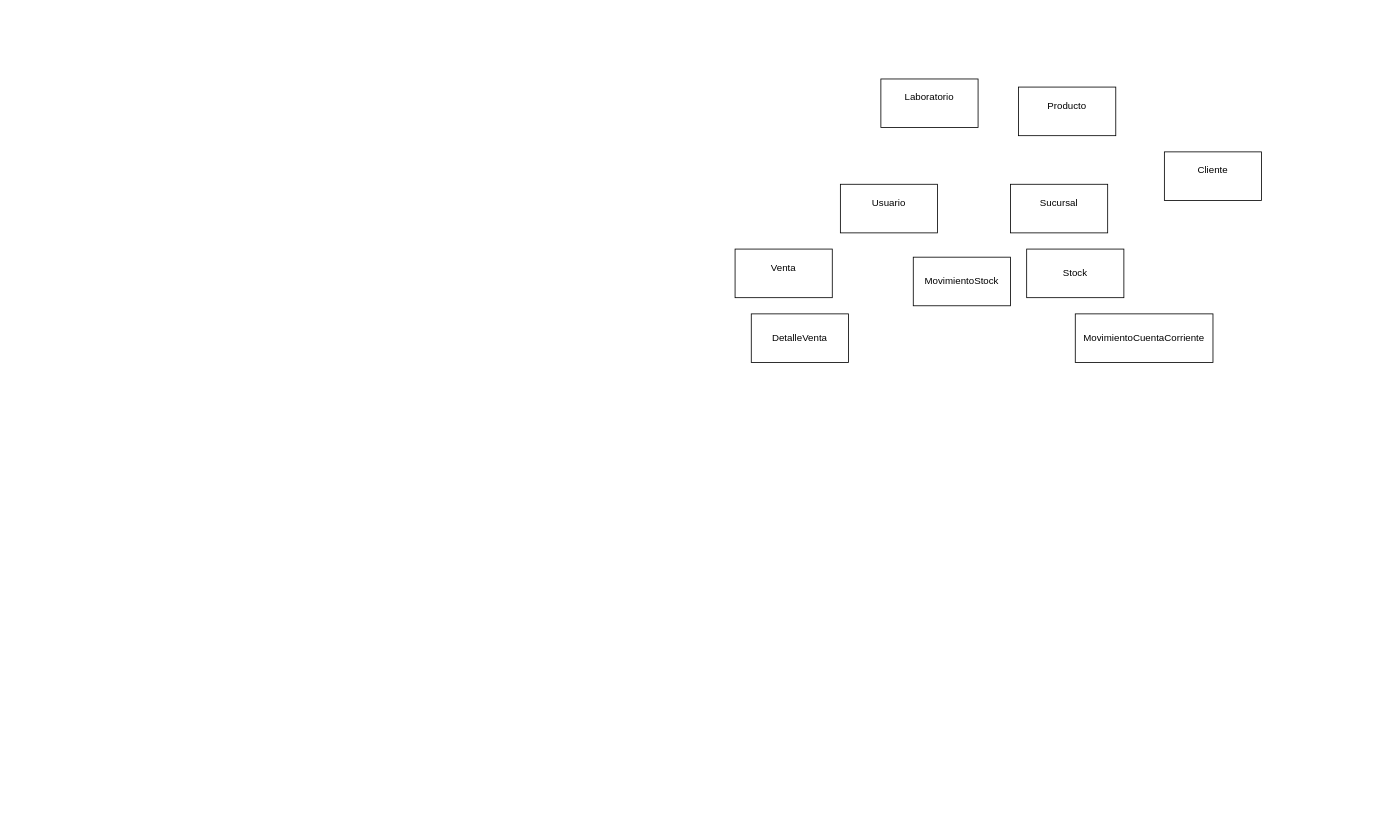
Earlier version of the draw.io diagram EntidadRelBD.drawio (chinoBasoalto/BD). Source tidied: cells renumbered, new cells numbered last; positions are measured from the earlier drawing's top-left corner, leaving out a move shared by most shapes. Both pictures are drawn from the tidied source at 81%, with x=0, y=0 at pixel (735, 79).
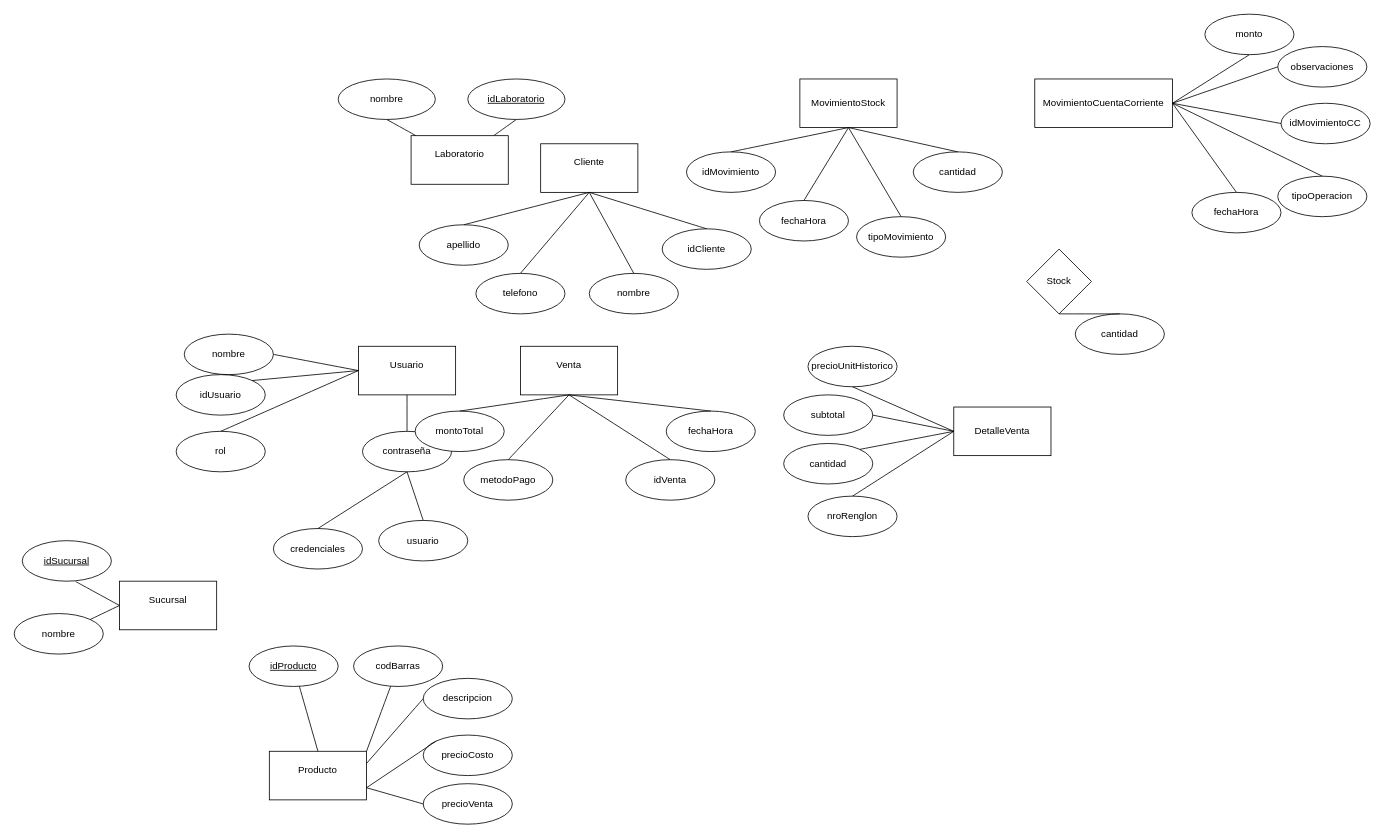
The same diagram, later.

What changed in the source:
```diff
@@
+    <mxCell id="12" style="group;" parent="1" vertex="1">
+      <mxGeometry x="-690" y="315" width="360" height="290" as="geometry" />
+    </mxCell>
+    <mxCell id="7" value="&#10;Usuario&#10;&#10;" style="rounded=0;whiteSpace=wrap;html=1;" parent="12" vertex="1">
+      <mxGeometry x="225" y="15" width="120" height="60" as="geometry" />
+    </mxCell>
+    <mxCell id="13" value="credenciales" style="ellipse;whiteSpace=wrap;html=1;" parent="12" vertex="1">
+      <mxGeometry x="120" y="240" width="110" height="50" as="geometry" />
+    </mxCell>
+    <mxCell id="14" value="rol" style="ellipse;whiteSpace=wrap;html=1;" parent="12" vertex="1">
+      <mxGeometry y="120" width="110" height="50" as="geometry" />
+    </mxCell>
+    <mxCell id="15" value="nombre" style="ellipse;whiteSpace=wrap;html=1;" parent="12" vertex="1">
+      <mxGeometry x="10" width="110" height="50" as="geometry" />
+    </mxCell>
+    <mxCell id="16" value="idUsuario" style="ellipse;whiteSpace=wrap;html=1;" parent="12" vertex="1">
+      <mxGeometry y="50" width="110" height="50" as="geometry" />
+    </mxCell>
+    <mxCell id="17" value="contraseña" style="ellipse;whiteSpace=wrap;html=1;" parent="12" vertex="1">
+      <mxGeometry x="230" y="120" width="110" height="50" as="geometry" />
+    </mxCell>
+    <mxCell id="18" value="usuario" style="ellipse;whiteSpace=wrap;html=1;" parent="12" vertex="1">
+      <mxGeometry x="250" y="230" width="110" height="50" as="geometry" />
+    </mxCell>
+    <mxCell id="19" style="endArrow=none;html=1;rounded=0;fontSize=12;startSize=8;endSize=8;curved=1;entryX=1;entryY=0;entryDx=0;entryDy=0;exitX=0;exitY=0.5;exitDx=0;exitDy=0;" parent="12" edge="1" source="7" target="16">
+      <mxGeometry relative="1" as="geometry" />
+    </mxCell>
+    <mxCell id="20" style="endArrow=none;html=1;rounded=0;fontSize=12;startSize=8;endSize=8;curved=1;entryX=0.5;entryY=1;entryDx=0;entryDy=0;exitX=0.5;exitY=0;exitDx=0;exitDy=0;" parent="12" edge="1" source="17" target="7">
+      <mxGeometry relative="1" as="geometry" />
+    </mxCell>
+    <mxCell id="21" style="endArrow=none;html=1;rounded=0;fontSize=12;startSize=8;endSize=8;curved=1;entryX=0;entryY=0.5;entryDx=0;entryDy=0;exitX=1;exitY=0.5;exitDx=0;exitDy=0;" parent="12" edge="1" source="15" target="7">
+      <mxGeometry relative="1" as="geometry" />
+    </mxCell>
+    <mxCell id="22" style="endArrow=none;html=1;rounded=0;fontSize=12;startSize=8;endSize=8;curved=1;exitX=0.5;exitY=0;exitDx=0;exitDy=0;entryX=0;entryY=0.5;entryDx=0;entryDy=0;" parent="12" edge="1" source="14" target="7">
+      <mxGeometry relative="1" as="geometry" />
+    </mxCell>
+    <mxCell id="23" style="endArrow=none;html=1;rounded=0;fontSize=12;startSize=8;endSize=8;curved=1;entryX=0.5;entryY=1;entryDx=0;entryDy=0;exitX=0.5;exitY=0;exitDx=0;exitDy=0;" parent="12" edge="1" source="18" target="17">
+      <mxGeometry relative="1" as="geometry" />
+    </mxCell>
+    <mxCell id="24" style="endArrow=none;html=1;rounded=0;fontSize=12;startSize=8;endSize=8;curved=1;entryX=0.5;entryY=1;entryDx=0;entryDy=0;exitX=0.5;exitY=0;exitDx=0;exitDy=0;" parent="12" edge="1" source="13" target="17">
+      <mxGeometry relative="1" as="geometry" />
+    </mxCell>
+    <mxCell id="25" style="group;" parent="1" vertex="1">
+      <mxGeometry x="-890" y="570" width="250" height="140" as="geometry" />
+    </mxCell>
+    <mxCell id="4" value="&#10;Sucursal&#10;&#10;" style="rounded=0;whiteSpace=wrap;html=1;" parent="25" vertex="1">
+      <mxGeometry x="130" y="50" width="120" height="60" as="geometry" />
+    </mxCell>
+    <mxCell id="26" value="nombre" style="ellipse;whiteSpace=wrap;html=1;" parent="25" vertex="1">
+      <mxGeometry y="90" width="110" height="50" as="geometry" />
+    </mxCell>
+    <mxCell id="27" value="idSucursal" style="ellipse;whiteSpace=wrap;html=1;fontStyle=4;" parent="25" vertex="1">
+      <mxGeometry x="10" width="110" height="50" as="geometry" />
+    </mxCell>
+    <mxCell id="28" style="endArrow=none;html=1;rounded=0;fontSize=12;startSize=8;endSize=8;curved=1;entryX=0;entryY=0.5;entryDx=0;entryDy=0;exitX=1;exitY=0;exitDx=0;exitDy=0;" parent="25" edge="1" source="26" target="4">
+      <mxGeometry relative="1" as="geometry" />
+    </mxCell>
+    <mxCell id="29" style="endArrow=none;html=1;rounded=0;fontSize=12;startSize=8;endSize=8;curved=1;entryX=0;entryY=0.5;entryDx=0;entryDy=0;exitX=0.599;exitY=1.009;exitDx=0;exitDy=0;exitPerimeter=0;" parent="25" edge="1" source="27" target="4">
+      <mxGeometry relative="1" as="geometry" />
+    </mxCell>
+    <mxCell id="30" style="group;" parent="1" vertex="1">
+      <mxGeometry x="-490" width="280" height="130" as="geometry" />
+    </mxCell>
+    <mxCell id="31" style="edgeStyle=none;curved=1;rounded=0;jettySize=auto;html=1;entryX=0.5;entryY=1;entryDx=0;entryDy=0;fontSize=12;startSize=8;endSize=8;endArrow=none;endFill=0;" parent="30" edge="1" source="2" target="32">
+      <mxGeometry relative="1" as="geometry" />
+    </mxCell>
-    <mxCell id="2" value="&#10;Laboratorio&#10;&#10;" style="rounded=0;whiteSpace=wrap;html=1;" parent="1" vertex="1">
-      <mxGeometry x="180" width="120" height="60" as="geometry" />
+    <mxCell id="2" value="&#10;Laboratorio&#10;&#10;" style="rounded=0;whiteSpace=wrap;html=1;" parent="30" vertex="1">
+      <mxGeometry x="90" y="70" width="120" height="60" as="geometry" />
     </mxCell>
+    <mxCell id="32" value="idLaboratorio" style="ellipse;whiteSpace=wrap;html=1;fontStyle=4;" parent="30" vertex="1">
+      <mxGeometry x="160" width="120" height="50" as="geometry" />
+    </mxCell>
+    <mxCell id="33" value="nombre" style="ellipse;whiteSpace=wrap;html=1;" parent="30" vertex="1">
+      <mxGeometry width="120" height="50" as="geometry" />
+    </mxCell>
+    <mxCell id="34" style="edgeStyle=none;curved=1;rounded=0;jettySize=auto;html=1;fontSize=12;startSize=8;endSize=8;endArrow=none;endFill=0;entryX=0.5;entryY=1;entryDx=0;entryDy=0;" parent="30" edge="1" source="2" target="33">
+      <mxGeometry relative="1" as="geometry" />
+    </mxCell>
+    <mxCell id="35" style="group;" parent="1" vertex="1">
+      <mxGeometry x="-600" y="700" width="325" height="220" as="geometry" />
+    </mxCell>
-    <mxCell id="3" value="&#10;Producto&#10;&#10;" style="rounded=0;whiteSpace=wrap;html=1;" parent="1" vertex="1">
-      <mxGeometry x="350" y="10" width="120" height="60" as="geometry" />
+    <mxCell id="3" value="&#10;Producto&#10;&#10;" style="rounded=0;whiteSpace=wrap;html=1;" parent="35" vertex="1">
+      <mxGeometry x="25" y="130" width="120" height="60" as="geometry" />
     </mxCell>
-    <mxCell id="4" value="&#10;Sucursal&#10;&#10;" style="rounded=0;whiteSpace=wrap;html=1;" parent="1" vertex="1">
-      <mxGeometry x="340" y="130" width="120" height="60" as="geometry" />
-    </mxCell>
+    <mxCell id="36" value="precioVenta" style="ellipse;whiteSpace=wrap;html=1;" parent="35" vertex="1">
+      <mxGeometry x="215" y="170" width="110" height="50" as="geometry" />
+    </mxCell>
+    <mxCell id="37" value="precioCosto" style="ellipse;whiteSpace=wrap;html=1;" parent="35" vertex="1">
+      <mxGeometry x="215" y="110" width="110" height="50" as="geometry" />
+    </mxCell>
+    <mxCell id="38" value="descripcion" style="ellipse;whiteSpace=wrap;html=1;" parent="35" vertex="1">
+      <mxGeometry x="215" y="40" width="110" height="50" as="geometry" />
+    </mxCell>
+    <mxCell id="39" value="codBarras" style="ellipse;whiteSpace=wrap;html=1;" parent="35" vertex="1">
+      <mxGeometry x="129" width="110" height="50" as="geometry" />
+    </mxCell>
+    <mxCell id="40" value="idProducto" style="ellipse;whiteSpace=wrap;html=1;fontStyle=4;" parent="35" vertex="1">
+      <mxGeometry width="110" height="50" as="geometry" />
+    </mxCell>
+    <mxCell id="41" style="endArrow=none;html=1;rounded=0;fontSize=12;startSize=8;endSize=8;curved=1;entryX=0.5;entryY=0;entryDx=0;entryDy=0;" parent="35" edge="1" source="40" target="3">
+      <mxGeometry relative="1" as="geometry" />
+    </mxCell>
+    <mxCell id="42" style="endArrow=none;html=1;rounded=0;fontSize=12;startSize=8;endSize=8;curved=1;entryX=1;entryY=0;entryDx=0;entryDy=0;" parent="35" edge="1" source="39" target="3">
+      <mxGeometry relative="1" as="geometry" />
+    </mxCell>
+    <mxCell id="43" style="endArrow=none;html=1;rounded=0;fontSize=12;startSize=8;endSize=8;curved=1;entryX=1;entryY=0.25;entryDx=0;entryDy=0;exitX=0;exitY=0.5;exitDx=0;exitDy=0;" parent="35" edge="1" source="38" target="3">
+      <mxGeometry relative="1" as="geometry" />
+    </mxCell>
+    <mxCell id="44" style="endArrow=none;html=1;rounded=0;fontSize=12;startSize=8;endSize=8;curved=1;entryX=1;entryY=0.75;entryDx=0;entryDy=0;exitX=0;exitY=0;exitDx=0;exitDy=0;" parent="35" edge="1" source="37" target="3">
+      <mxGeometry relative="1" as="geometry" />
+    </mxCell>
+    <mxCell id="45" style="endArrow=none;html=1;rounded=0;fontSize=12;startSize=8;endSize=8;curved=1;entryX=1;entryY=0.75;entryDx=0;entryDy=0;exitX=0;exitY=0.5;exitDx=0;exitDy=0;" parent="35" edge="1" source="36" target="3">
+      <mxGeometry relative="1" as="geometry" />
+    </mxCell>
+    <mxCell id="46" style="group;" parent="1" vertex="1">
+      <mxGeometry x="-390" y="80" width="410" height="210" as="geometry" />
+    </mxCell>
+    <mxCell id="6" value="&#10;Cliente&#10;&#10;" style="rounded=0;whiteSpace=wrap;html=1;" parent="46" vertex="1">
+      <mxGeometry x="150" width="120" height="60" as="geometry" />
+    </mxCell>
+    <mxCell id="47" value="telefono" style="ellipse;whiteSpace=wrap;html=1;" parent="46" vertex="1">
+      <mxGeometry x="70" y="160" width="110" height="50" as="geometry" />
+    </mxCell>
+    <mxCell id="48" value="apellido" style="ellipse;whiteSpace=wrap;html=1;" parent="46" vertex="1">
+      <mxGeometry y="100" width="110" height="50" as="geometry" />
+    </mxCell>
+    <mxCell id="49" value="nombre" style="ellipse;whiteSpace=wrap;html=1;" parent="46" vertex="1">
+      <mxGeometry x="210" y="160" width="110" height="50" as="geometry" />
+    </mxCell>
+    <mxCell id="50" value="idCliente" style="ellipse;whiteSpace=wrap;html=1;" parent="46" vertex="1">
+      <mxGeometry x="300" y="105" width="110" height="50" as="geometry" />
+    </mxCell>
+    <mxCell id="51" style="endArrow=none;html=1;rounded=0;fontSize=12;startSize=8;endSize=8;curved=1;entryX=0.5;entryY=1;entryDx=0;entryDy=0;exitX=0.5;exitY=0;exitDx=0;exitDy=0;" parent="46" edge="1" source="48" target="6">
+      <mxGeometry relative="1" as="geometry" />
+    </mxCell>
+    <mxCell id="52" style="endArrow=none;html=1;rounded=0;fontSize=12;startSize=8;endSize=8;curved=1;entryX=0.5;entryY=1;entryDx=0;entryDy=0;exitX=0.5;exitY=0;exitDx=0;exitDy=0;" parent="46" edge="1" source="50" target="6">
+      <mxGeometry relative="1" as="geometry" />
+    </mxCell>
+    <mxCell id="53" style="endArrow=none;html=1;rounded=0;fontSize=12;startSize=8;endSize=8;curved=1;entryX=0.5;entryY=1;entryDx=0;entryDy=0;exitX=0.5;exitY=0;exitDx=0;exitDy=0;" parent="46" edge="1" source="49" target="6">
+      <mxGeometry relative="1" as="geometry" />
+    </mxCell>
+    <mxCell id="54" style="endArrow=none;html=1;rounded=0;fontSize=12;startSize=8;endSize=8;curved=1;entryX=0.5;entryY=0;entryDx=0;entryDy=0;exitX=0.5;exitY=1;exitDx=0;exitDy=0;" parent="46" edge="1" source="6" target="47">
+      <mxGeometry relative="1" as="geometry" />
+    </mxCell>
+    <mxCell id="55" style="group;" parent="1" vertex="1">
+      <mxGeometry x="-60" width="390" height="220" as="geometry" />
+    </mxCell>
+    <mxCell id="10" value="MovimientoStock" style="rounded=0;whiteSpace=wrap;html=1;" parent="55" vertex="1">
+      <mxGeometry x="140" width="120" height="60" as="geometry" />
+    </mxCell>
+    <mxCell id="56" value="cantidad" style="ellipse;whiteSpace=wrap;html=1;" parent="55" vertex="1">
+      <mxGeometry x="280" y="90" width="110" height="50" as="geometry" />
+    </mxCell>
+    <mxCell id="57" value="tipoMovimiento" style="ellipse;whiteSpace=wrap;html=1;" parent="55" vertex="1">
+      <mxGeometry x="210" y="170" width="110" height="50" as="geometry" />
+    </mxCell>
+    <mxCell id="58" value="fechaHora" style="ellipse;whiteSpace=wrap;html=1;" parent="55" vertex="1">
+      <mxGeometry x="90" y="150" width="110" height="50" as="geometry" />
+    </mxCell>
+    <mxCell id="59" value="idMovimiento" style="ellipse;whiteSpace=wrap;html=1;" parent="55" vertex="1">
+      <mxGeometry y="90" width="110" height="50" as="geometry" />
+    </mxCell>
+    <mxCell id="60" style="endArrow=none;html=1;rounded=0;fontSize=12;startSize=8;endSize=8;curved=1;entryX=0.5;entryY=1;entryDx=0;entryDy=0;exitX=0.5;exitY=0;exitDx=0;exitDy=0;" parent="55" edge="1" source="56" target="10">
+      <mxGeometry relative="1" as="geometry" />
+    </mxCell>
+    <mxCell id="61" style="endArrow=none;html=1;rounded=0;fontSize=12;startSize=8;endSize=8;curved=1;entryX=0.5;entryY=1;entryDx=0;entryDy=0;exitX=0.5;exitY=0;exitDx=0;exitDy=0;" parent="55" edge="1" source="59" target="10">
+      <mxGeometry relative="1" as="geometry" />
+    </mxCell>
+    <mxCell id="62" style="endArrow=none;html=1;rounded=0;fontSize=12;startSize=8;endSize=8;curved=1;entryX=0.5;entryY=1;entryDx=0;entryDy=0;exitX=0.5;exitY=0;exitDx=0;exitDy=0;" parent="55" edge="1" source="58" target="10">
+      <mxGeometry relative="1" as="geometry" />
+    </mxCell>
+    <mxCell id="63" style="endArrow=none;html=1;rounded=0;fontSize=12;startSize=8;endSize=8;curved=1;entryX=0.5;entryY=1;entryDx=0;entryDy=0;exitX=0.5;exitY=0;exitDx=0;exitDy=0;" parent="55" edge="1" source="57" target="10">
+      <mxGeometry relative="1" as="geometry" />
+    </mxCell>
+    <mxCell id="64" style="group;" parent="1" vertex="1">
+      <mxGeometry x="370" y="-80" width="414" height="270" as="geometry" />
+    </mxCell>
+    <mxCell id="11" value="MovimientoCuentaCorriente" style="rounded=0;whiteSpace=wrap;html=1;" parent="64" vertex="1">
+      <mxGeometry y="80" width="170" height="60" as="geometry" />
+    </mxCell>
+    <mxCell id="65" value="idMovimientoCC" style="ellipse;whiteSpace=wrap;html=1;" parent="64" vertex="1">
+      <mxGeometry x="304" y="110" width="110" height="50" as="geometry" />
+    </mxCell>
+    <mxCell id="66" value="fechaHora" style="ellipse;whiteSpace=wrap;html=1;" parent="64" vertex="1">
+      <mxGeometry x="194" y="220" width="110" height="50" as="geometry" />
+    </mxCell>
+    <mxCell id="67" value="tipoOperacion" style="ellipse;whiteSpace=wrap;html=1;" parent="64" vertex="1">
+      <mxGeometry x="300" y="200" width="110" height="50" as="geometry" />
+    </mxCell>
+    <mxCell id="68" value="monto" style="ellipse;whiteSpace=wrap;html=1;" parent="64" vertex="1">
+      <mxGeometry x="210" width="110" height="50" as="geometry" />
+    </mxCell>
+    <mxCell id="69" value="observaciones" style="ellipse;whiteSpace=wrap;html=1;" parent="64" vertex="1">
+      <mxGeometry x="300" y="40" width="110" height="50" as="geometry" />
+    </mxCell>
+    <mxCell id="70" style="endArrow=none;html=1;rounded=0;fontSize=12;startSize=8;endSize=8;curved=1;entryX=1;entryY=0.5;entryDx=0;entryDy=0;exitX=0.5;exitY=1;exitDx=0;exitDy=0;" parent="64" edge="1" source="68" target="11">
+      <mxGeometry relative="1" as="geometry" />
+    </mxCell>
+    <mxCell id="71" style="endArrow=none;html=1;rounded=0;fontSize=12;startSize=8;endSize=8;curved=1;entryX=1;entryY=0.5;entryDx=0;entryDy=0;exitX=0;exitY=0.5;exitDx=0;exitDy=0;" parent="64" edge="1" source="69" target="11">
+      <mxGeometry relative="1" as="geometry" />
+    </mxCell>
+    <mxCell id="72" style="endArrow=none;html=1;rounded=0;fontSize=12;startSize=8;endSize=8;curved=1;entryX=1;entryY=0.5;entryDx=0;entryDy=0;exitX=0;exitY=0.5;exitDx=0;exitDy=0;" parent="64" edge="1" source="65" target="11">
+      <mxGeometry relative="1" as="geometry" />
+    </mxCell>
+    <mxCell id="73" style="endArrow=none;html=1;rounded=0;fontSize=12;startSize=8;endSize=8;curved=1;exitX=1;exitY=0.5;exitDx=0;exitDy=0;entryX=0.5;entryY=0;entryDx=0;entryDy=0;" parent="64" edge="1" source="11" target="67">
+      <mxGeometry relative="1" as="geometry" />
+    </mxCell>
+    <mxCell id="74" style="endArrow=none;html=1;rounded=0;fontSize=12;startSize=8;endSize=8;curved=1;entryX=1;entryY=0.5;entryDx=0;entryDy=0;exitX=0.5;exitY=0;exitDx=0;exitDy=0;" parent="64" edge="1" source="66" target="11">
+      <mxGeometry relative="1" as="geometry" />
+    </mxCell>
+    <mxCell id="75" style="group;" parent="1" vertex="1">
+      <mxGeometry x="-395" y="330" width="420" height="190" as="geometry" />
+    </mxCell>
+    <mxCell id="9" value="&#10;Venta&#10;&#10;" style="rounded=0;whiteSpace=wrap;html=1;" parent="75" vertex="1">
+      <mxGeometry x="130" width="120" height="60" as="geometry" />
+    </mxCell>
+    <mxCell id="76" value="montoTotal" style="ellipse;whiteSpace=wrap;html=1;" parent="75" vertex="1">
+      <mxGeometry y="80" width="110" height="50" as="geometry" />
+    </mxCell>
+    <mxCell id="77" value="metodoPago" style="ellipse;whiteSpace=wrap;html=1;" parent="75" vertex="1">
+      <mxGeometry x="60" y="140" width="110" height="50" as="geometry" />
+    </mxCell>
+    <mxCell id="78" value="fechaHora" style="ellipse;whiteSpace=wrap;html=1;" parent="75" vertex="1">
+      <mxGeometry x="310" y="80" width="110" height="50" as="geometry" />
+    </mxCell>
+    <mxCell id="79" value="idVenta" style="ellipse;whiteSpace=wrap;html=1;" parent="75" vertex="1">
+      <mxGeometry x="260" y="140" width="110" height="50" as="geometry" />
+    </mxCell>
+    <mxCell id="80" style="endArrow=none;html=1;rounded=0;fontSize=12;startSize=8;endSize=8;curved=1;entryX=0.5;entryY=1;entryDx=0;entryDy=0;exitX=0.5;exitY=0;exitDx=0;exitDy=0;" parent="75" edge="1" source="78" target="9">
+      <mxGeometry relative="1" as="geometry" />
+    </mxCell>
+    <mxCell id="81" style="endArrow=none;html=1;rounded=0;fontSize=12;startSize=8;endSize=8;curved=1;entryX=0.5;entryY=1;entryDx=0;entryDy=0;exitX=0.5;exitY=0;exitDx=0;exitDy=0;" parent="75" edge="1" source="79" target="9">
+      <mxGeometry relative="1" as="geometry" />
+    </mxCell>
+    <mxCell id="82" style="endArrow=none;html=1;rounded=0;fontSize=12;startSize=8;endSize=8;curved=1;entryX=0.5;entryY=1;entryDx=0;entryDy=0;exitX=0.5;exitY=0;exitDx=0;exitDy=0;" parent="75" edge="1" source="77" target="9">
+      <mxGeometry relative="1" as="geometry" />
+    </mxCell>
+    <mxCell id="83" style="endArrow=none;html=1;rounded=0;fontSize=12;startSize=8;endSize=8;curved=1;entryX=0.5;entryY=1;entryDx=0;entryDy=0;exitX=0.5;exitY=0;exitDx=0;exitDy=0;" parent="75" edge="1" source="76" target="9">
+      <mxGeometry relative="1" as="geometry" />
+    </mxCell>
+    <mxCell id="84" style="group;" parent="1" vertex="1">
+      <mxGeometry x="60" y="330" width="330" height="235" as="geometry" />
+    </mxCell>
+    <mxCell id="8" value="DetalleVenta" style="rounded=0;whiteSpace=wrap;html=1;" parent="84" vertex="1">
+      <mxGeometry x="210" y="75" width="120" height="60" as="geometry" />
+    </mxCell>
+    <mxCell id="85" value="subtotal" style="ellipse;whiteSpace=wrap;html=1;" parent="84" vertex="1">
+      <mxGeometry y="60" width="110" height="50" as="geometry" />
+    </mxCell>
+    <mxCell id="86" value="cantidad" style="ellipse;whiteSpace=wrap;html=1;" parent="84" vertex="1">
+      <mxGeometry y="120" width="110" height="50" as="geometry" />
+    </mxCell>
+    <mxCell id="87" value="nroRenglon" style="ellipse;whiteSpace=wrap;html=1;" parent="84" vertex="1">
+      <mxGeometry x="30" y="185" width="110" height="50" as="geometry" />
+    </mxCell>
+    <mxCell id="88" value="precioUnitHistorico" style="ellipse;whiteSpace=wrap;html=1;" parent="84" vertex="1">
+      <mxGeometry x="30" width="110" height="50" as="geometry" />
+    </mxCell>
+    <mxCell id="89" style="endArrow=none;html=1;rounded=0;fontSize=12;startSize=8;endSize=8;curved=1;entryX=0;entryY=0.5;entryDx=0;entryDy=0;exitX=0.5;exitY=1;exitDx=0;exitDy=0;" parent="84" edge="1" source="88" target="8">
+      <mxGeometry relative="1" as="geometry" />
+    </mxCell>
+    <mxCell id="90" style="endArrow=none;html=1;rounded=0;fontSize=12;startSize=8;endSize=8;curved=1;entryX=0;entryY=0.5;entryDx=0;entryDy=0;exitX=1;exitY=0.5;exitDx=0;exitDy=0;" parent="84" edge="1" source="85" target="8">
+      <mxGeometry relative="1" as="geometry" />
+    </mxCell>
+    <mxCell id="91" style="endArrow=none;html=1;rounded=0;fontSize=12;startSize=8;endSize=8;curved=1;entryX=0;entryY=0.5;entryDx=0;entryDy=0;exitX=1;exitY=0;exitDx=0;exitDy=0;" parent="84" edge="1" source="86" target="8">
+      <mxGeometry relative="1" as="geometry" />
+    </mxCell>
+    <mxCell id="92" style="endArrow=none;html=1;rounded=0;fontSize=12;startSize=8;endSize=8;curved=1;entryX=0;entryY=0.5;entryDx=0;entryDy=0;exitX=0.5;exitY=0;exitDx=0;exitDy=0;" parent="84" edge="1" source="87" target="8">
+      <mxGeometry relative="1" as="geometry" />
+    </mxCell>
-    <mxCell id="5" value="Stock" style="rounded=0;whiteSpace=wrap;html=1;" parent="1" vertex="1">
-      <mxGeometry x="360" y="210" width="120" height="60" as="geometry" />
+    <mxCell id="5" value="Stock" style="rhombus;whiteSpace=wrap;html=1;" parent="1" vertex="1">
+      <mxGeometry x="360" y="210" width="80" height="80" as="geometry" />
     </mxCell>
-    <mxCell id="6" value="&#10;Cliente&#10;&#10;" style="rounded=0;whiteSpace=wrap;html=1;" parent="1" vertex="1">
-      <mxGeometry x="530" y="90" width="120" height="60" as="geometry" />
-    </mxCell>
-    <mxCell id="7" value="&#10;Usuario&#10;&#10;" style="rounded=0;whiteSpace=wrap;html=1;" parent="1" vertex="1">
-      <mxGeometry x="130" y="130" width="120" height="60" as="geometry" />
-    </mxCell>
-    <mxCell id="8" value="DetalleVenta" style="rounded=0;whiteSpace=wrap;html=1;" parent="1" vertex="1">
-      <mxGeometry x="20" y="290" width="120" height="60" as="geometry" />
-    </mxCell>
-    <mxCell id="9" value="&#10;Venta&#10;&#10;" style="rounded=0;whiteSpace=wrap;html=1;" parent="1" vertex="1">
-      <mxGeometry y="210" width="120" height="60" as="geometry" />
-    </mxCell>
-    <mxCell id="10" value="MovimientoStock" style="rounded=0;whiteSpace=wrap;html=1;" parent="1" vertex="1">
-      <mxGeometry x="220" y="220" width="120" height="60" as="geometry" />
-    </mxCell>
-    <mxCell id="11" value="MovimientoCuentaCorriente" style="rounded=0;whiteSpace=wrap;html=1;" parent="1" vertex="1">
-      <mxGeometry x="420" y="290" width="170" height="60" as="geometry" />
-    </mxCell>
+    <mxCell id="93" value="cantidad" style="ellipse;whiteSpace=wrap;html=1;" parent="1" vertex="1">
+      <mxGeometry x="420" y="290" width="110" height="50" as="geometry" />
+    </mxCell>
+    <mxCell id="94" style="endArrow=none;html=1;rounded=0;fontSize=12;startSize=8;endSize=8;curved=1;entryX=0.5;entryY=1;entryDx=0;entryDy=0;exitX=0.5;exitY=0;exitDx=0;exitDy=0;" parent="1" edge="1" source="93" target="5">
+      <mxGeometry relative="1" as="geometry" />
+    </mxCell>
```
